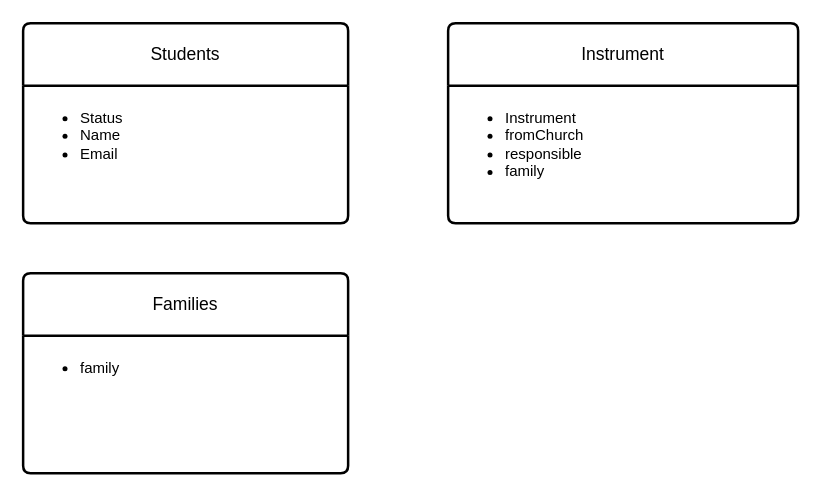
Earlier version of the draw.io diagram Diagrama Banco de Dados.drawio (AlexandreTorrecilhas/musicStudents). Source tidied: cells renumbered, new cells numbered last; positions are measured from the earlier drawing's top-left corner, leaving out a move shared by most shapes. Both pictures are drawn from the tidied source at 125%, with x=0, y=0 at pixel (22, 22).
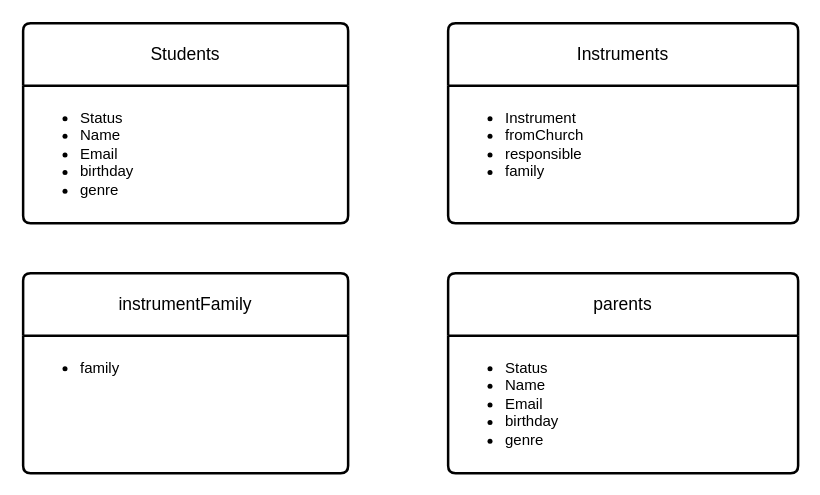
The same diagram, later.

Commit message:
Created the table parents. Database schema is completed

Diff of the diagram source:
```diff
@@
 <mxGraphModel>
   <root>
     <mxCell id="0" />
     <mxCell id="1" parent="0" />
     <mxCell id="2" value="Students" style="swimlane;horizontal=1;startSize=50;rounded=1;fontSize=14;fontStyle=0;strokeWidth=2;shadow=0;dashed=0;align=center;arcSize=4;whiteSpace=wrap;html=1;" parent="1" vertex="1">
       <mxGeometry width="260" height="160" as="geometry" />
     </mxCell>
-    <mxCell id="3" value="&lt;ul&gt;&lt;li&gt;Status&lt;/li&gt;&lt;li&gt;Name&lt;/li&gt;&lt;li&gt;Email&lt;/li&gt;&lt;/ul&gt;" style="align=left;strokeColor=none;fillColor=none;spacingLeft=4;fontSize=12;verticalAlign=top;html=1;" parent="2" vertex="1">
+    <mxCell id="3" value="&lt;ul&gt;&lt;li&gt;Status&lt;/li&gt;&lt;li&gt;Name&lt;/li&gt;&lt;li&gt;Email&lt;/li&gt;&lt;li&gt;birthday&lt;br&gt;&lt;/li&gt;&lt;li&gt;genre&lt;/li&gt;&lt;/ul&gt;" style="align=left;strokeColor=none;fillColor=none;spacingLeft=4;fontSize=12;verticalAlign=top;html=1;" parent="2" vertex="1">
       <mxGeometry y="50" width="260" height="110" as="geometry" />
     </mxCell>
-    <mxCell id="4" value="Instrument" style="swimlane;horizontal=1;startSize=50;rounded=1;fontSize=14;fontStyle=0;strokeWidth=2;shadow=0;dashed=0;align=center;arcSize=4;whiteSpace=wrap;html=1;" parent="1" vertex="1">
+    <mxCell id="4" value="Instruments" style="swimlane;horizontal=1;startSize=50;rounded=1;fontSize=14;fontStyle=0;strokeWidth=2;shadow=0;dashed=0;align=center;arcSize=4;whiteSpace=wrap;html=1;" parent="1" vertex="1">
       <mxGeometry x="340" width="280" height="160" as="geometry" />
     </mxCell>
     <mxCell id="5" value="&lt;ul&gt;&lt;li&gt;Instrument&lt;/li&gt;&lt;li&gt;fromChurch&lt;/li&gt;&lt;li&gt;responsible&lt;/li&gt;&lt;li&gt;family&lt;/li&gt;&lt;/ul&gt;" style="align=left;strokeColor=none;fillColor=none;spacingLeft=4;fontSize=12;verticalAlign=top;html=1;" parent="4" vertex="1">
       <mxGeometry y="50" width="280" height="110" as="geometry" />
     </mxCell>
-    <mxCell id="6" value="Families" style="swimlane;horizontal=1;startSize=50;rounded=1;fontSize=14;fontStyle=0;strokeWidth=2;shadow=0;dashed=0;align=center;arcSize=4;whiteSpace=wrap;html=1;" parent="1" vertex="1">
+    <mxCell id="6" value="instrumentFamily" style="swimlane;horizontal=1;startSize=50;rounded=1;fontSize=14;fontStyle=0;strokeWidth=2;shadow=0;dashed=0;align=center;arcSize=4;whiteSpace=wrap;html=1;" parent="1" vertex="1">
       <mxGeometry y="200" width="260" height="160" as="geometry" />
     </mxCell>
     <mxCell id="7" value="&lt;ul&gt;&lt;li&gt;family&lt;/li&gt;&lt;/ul&gt;" style="align=left;strokeColor=none;fillColor=none;spacingLeft=4;fontSize=12;verticalAlign=top;html=1;" parent="6" vertex="1">
       <mxGeometry y="50" width="260" height="110" as="geometry" />
     </mxCell>
+    <mxCell id="8" value="parents" style="swimlane;horizontal=1;startSize=50;rounded=1;fontSize=14;fontStyle=0;strokeWidth=2;shadow=0;dashed=0;align=center;arcSize=4;whiteSpace=wrap;html=1;" parent="1" vertex="1">
+      <mxGeometry x="340" y="200" width="280" height="160" as="geometry" />
+    </mxCell>
+    <mxCell id="9" value="&lt;ul style=&quot;border-color: var(--border-color);&quot;&gt;&lt;li style=&quot;border-color: var(--border-color);&quot;&gt;Status&lt;/li&gt;&lt;li style=&quot;border-color: var(--border-color);&quot;&gt;Name&lt;/li&gt;&lt;li style=&quot;border-color: var(--border-color);&quot;&gt;Email&lt;/li&gt;&lt;li style=&quot;border-color: var(--border-color);&quot;&gt;birthday&lt;br style=&quot;border-color: var(--border-color);&quot;&gt;&lt;/li&gt;&lt;li style=&quot;border-color: var(--border-color);&quot;&gt;genre&lt;/li&gt;&lt;/ul&gt;" style="align=left;strokeColor=none;fillColor=none;spacingLeft=4;fontSize=12;verticalAlign=top;html=1;" parent="8" vertex="1">
+      <mxGeometry y="50" width="280" height="110" as="geometry" />
+    </mxCell>
   </root>
 </mxGraphModel>
```
